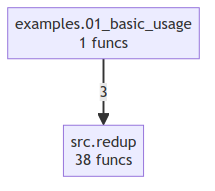
Earlier version of the Mermaid export project/compact_flow.png (semcod/redup). Its source is kept beside it as project/compact_flow.mmd. Its diagram source:
```mermaid
flowchart TD
    examples_01_basic_usage["examples.01_basic_usage<br/>1 funcs"]
    src_redup["src.redup<br/>38 funcs"]
    examples_01_basic_usage -->|3| src_redup
```
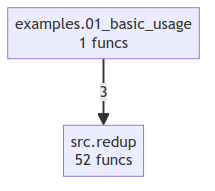
Later version of the same file.

Change to the diagram source:
```diff
@@ -1,4 +1,4 @@
 flowchart TD
     examples_01_basic_usage["examples.01_basic_usage<br/>1 funcs"]
-    src_redup["src.redup<br/>38 funcs"]
+    src_redup["src.redup<br/>52 funcs"]
     examples_01_basic_usage -->|3| src_redup
```
